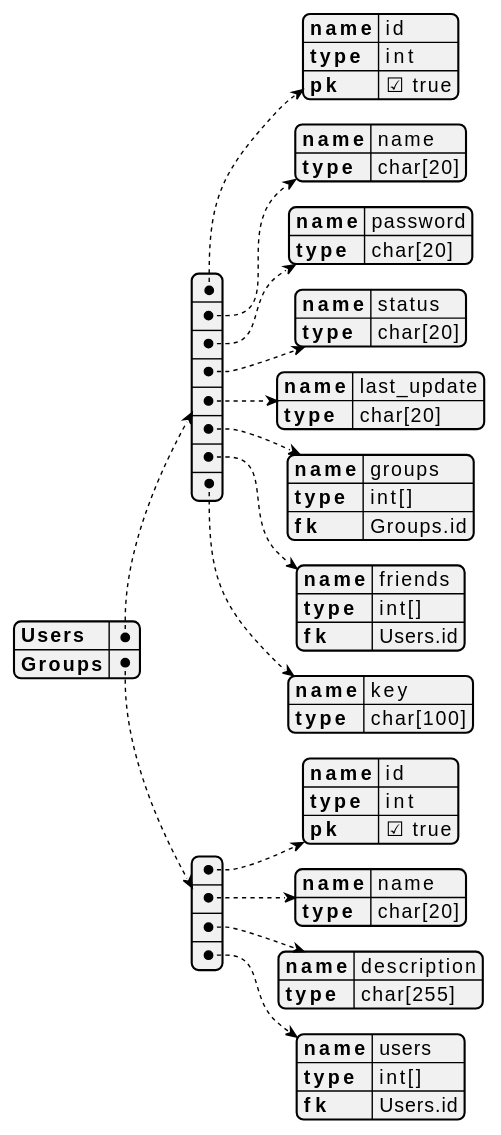
The PlantUML diagram out/ServerDB.svg in mchlebosz/IPC-Chat-Service, before a commit. Its diagram source:
```plantuml
@startjson serverDB
!theme vibrant from https://raw.githubusercontent.com/plantuml/plantuml/master/themes

{
    "Users": [
        {
        "name": "id",
        "type": "int",
        "pk": true
        },
        {
        "name": "name",
        "type": "char[20]"
        },
        {
        "name": "password",
        "type": "char[20]"
        },
        {
        "name": "status",
        "type": "char[20]"
        },
        {
        "name": "last_update",
        "type": "char[20]"
        },
        {
        "name": "groups",
        "type": "int[]",
        "fk": "Groups.id"
        },
        {
        "name": "friends",
        "type": "int[]",
        "fk": "Users.id"
        },
        {
        "name": "key",
        "type": "char[100]"
        }
    ]
    ,
    "Groups": [
        {
        "name": "id",
        "type": "int",
        "pk": true
        },
        {
        "name": "name",
        "type": "char[20]"
        },
        {
        "name": "description",
        "type": "char[255]"
        },
        {
        "name": "users",
        "type": "int[]",
        "fk": "Users.id"
        }
    ]
}
@endjson
```
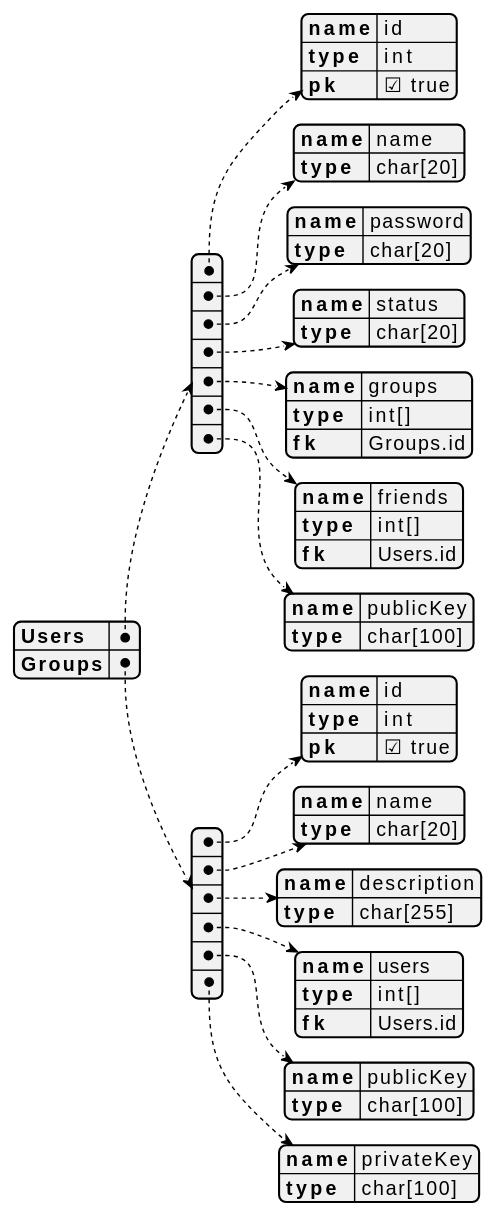
Later version of the same file.

Diff of the diagram source:
```diff
@@ -21,10 +21,6 @@
         "type": "char[20]"
         },
         {
-        "name": "last_update",
-        "type": "char[20]"
-        },
-        {
         "name": "groups",
         "type": "int[]",
         "fk": "Groups.id"
@@ -35,7 +31,7 @@
         "fk": "Users.id"
         },
         {
-        "name": "key",
+        "name": "publicKey",
         "type": "char[100]"
         }
     ]
@@ -58,6 +54,14 @@
         "name": "users",
         "type": "int[]",
         "fk": "Users.id"
+        },
+        {
+        "name": "publicKey",
+        "type": "char[100]"
+        },
+        {
+        "name": "privateKey",
+        "type": "char[100]"
         }
     ]
 }
```
